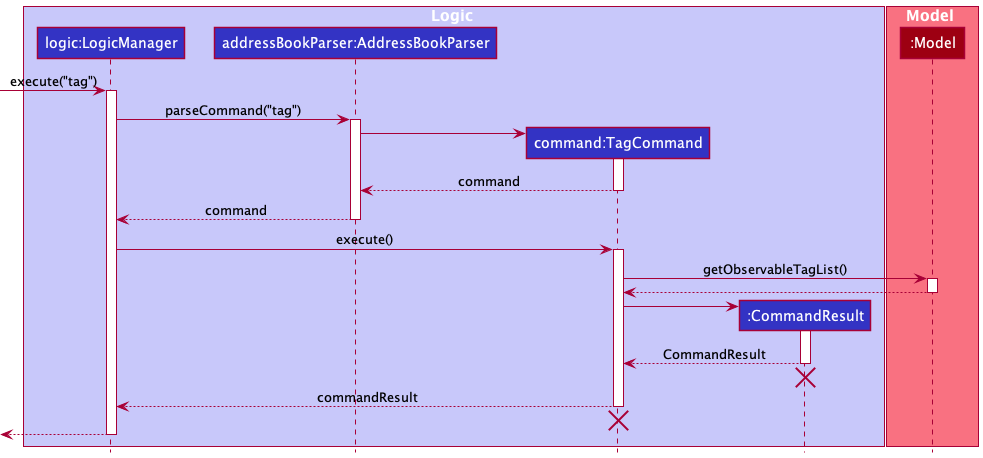
This is docs/images/ViewTagSequenceDiagram.png from nus-cs2103-AY2122S1/tp, a PlantUML export, as it was before one commit.
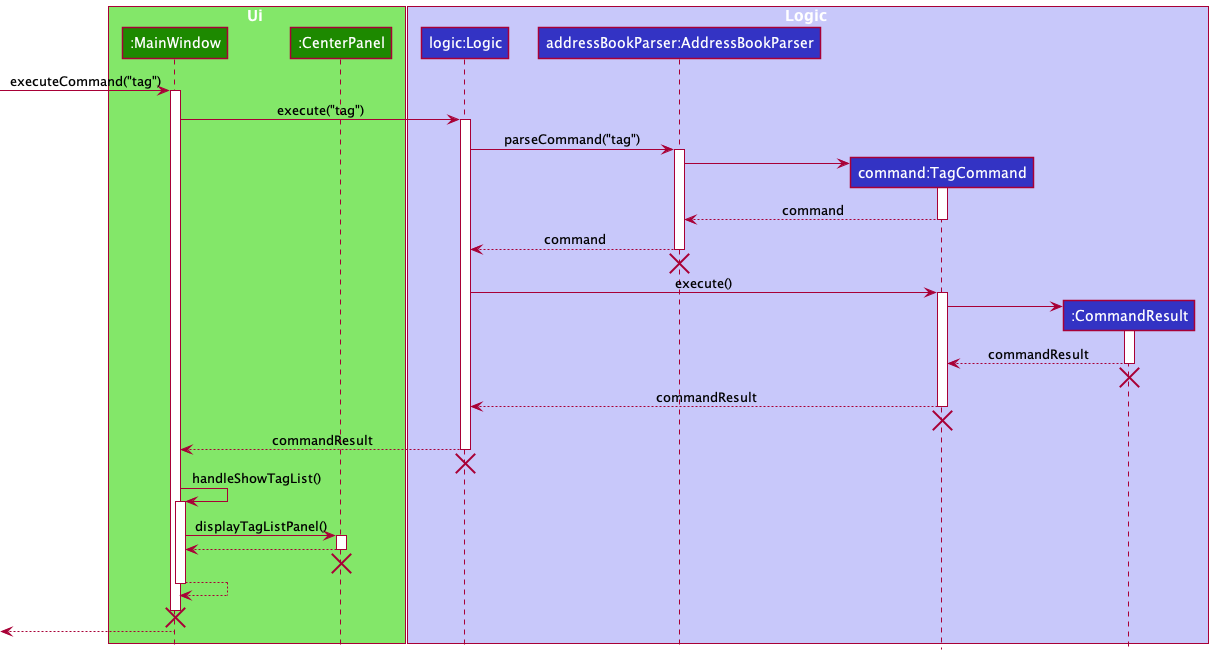
The same file after the commit.

Commit message:
Edit tag diagram

The edit, as a diff of the source:
```diff
@@ -1,22 +1,26 @@
 @startuml
 !include style.puml
 
+box Ui UI_COLOR_T1
+participant ":MainWindow" as MainWindow UI_COLOR
+participant ":CenterPanel" as CenterPanel UI_COLOR
+end box
+
 box Logic LOGIC_COLOR_T1
-participant "logic:LogicManager" as LogicManager LOGIC_COLOR
+participant "logic:Logic" as Logic LOGIC_COLOR
 participant "addressBookParser:AddressBookParser" as AddressBookParser LOGIC_COLOR
 participant "command:TagCommand" as TagCommand LOGIC_COLOR
 participant "command:TagCommand" as TagCommand LOGIC_COLOR
 participant ":CommandResult" as CommandResult LOGIC_COLOR
 end box
 
-box Model MODEL_COLOR_T1
-participant ":Model" as Model MODEL_COLOR
-end box
+[-> MainWindow : executeCommand("tag")
+activate MainWindow
 
-[-> LogicManager : execute("tag")
-activate LogicManager
+MainWindow -> Logic : execute("tag")
+activate Logic
 
-LogicManager -> AddressBookParser : parseCommand("tag")
+Logic -> AddressBookParser : parseCommand("tag")
 activate AddressBookParser
 
 create TagCommand
@@ -26,34 +30,57 @@
 TagCommand --> AddressBookParser : command
 deactivate TagCommand
 
-AddressBookParser --> LogicManager : command
+AddressBookParser --> Logic : command
 deactivate AddressBookParser
 
-LogicManager -> TagCommand : execute()
+AddressBookParser -[hidden]-> Logic
+destroy AddressBookParser
+
+Logic -> TagCommand : execute()
 activate TagCommand
-
-TagCommand -> Model : getObservableTagList()
-activate Model
-
-Model --> TagCommand
-deactivate Model
 
 create CommandResult
 TagCommand -> CommandResult
 activate CommandResult
 
-CommandResult --> TagCommand : CommandResult
+CommandResult --> TagCommand : commandResult
 deactivate CommandResult
 
 CommandResult -[hidden]-> AddressBookParser
 destroy CommandResult
 
-TagCommand --> LogicManager : commandResult
+TagCommand --> Logic : commandResult
 deactivate TagCommand
 
-TagCommand -[hidden]-> AddressBookParser
+TagCommand -[hidden]-> Logic
 destroy TagCommand
 
-[<--LogicManager
-deactivate LogicManager
+Logic --> MainWindow : commandResult
+deactivate Logic
+
+Logic -[hidden]-> MainWindow
+destroy Logic
+
+MainWindow -> MainWindow : handleShowTagList()
+activate MainWindow
+
+MainWindow -> CenterPanel : displayTagListPanel()
+activate CenterPanel
+
+CenterPanel --> MainWindow
+deactivate CenterPanel
+
+CenterPanel -[hidden]-> MainWindow
+destroy CenterPanel
+
+MainWindow --> MainWindow
+deactivate MainWindow
+
+MainWindow -[hidden]-> MainWindow
+destroy MainWindow
+
+[<-- MainWindow
+deactivate MainWindow
+
+
 @enduml
```
